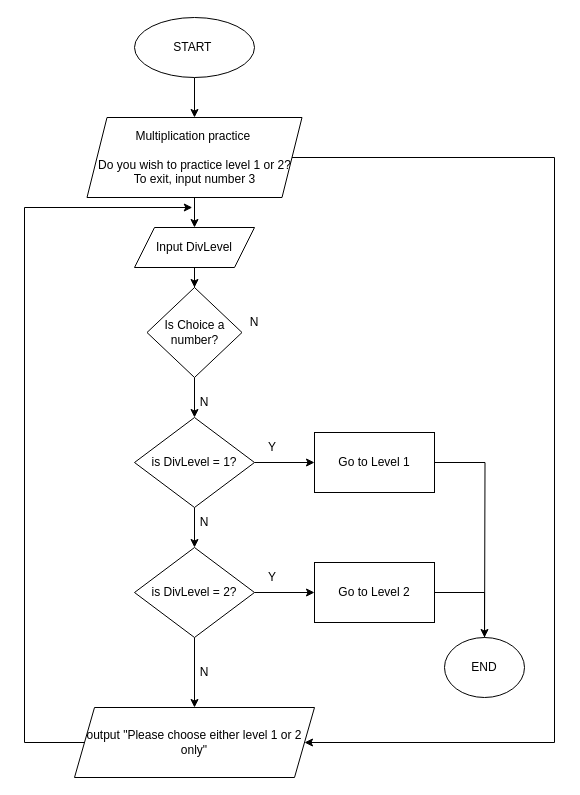
The draw.io diagram 04 Multiplication flowchart.drawio in amaalware/BasicMathsFlowchart, before the edit. Source tidied: cells renumbered, new cells numbered last; positions are measured from the earlier drawing's top-left corner, leaving out a move shared by most shapes. Both pictures are drawn from the tidied source at 100%, with x=0, y=0 at pixel (24, 17).
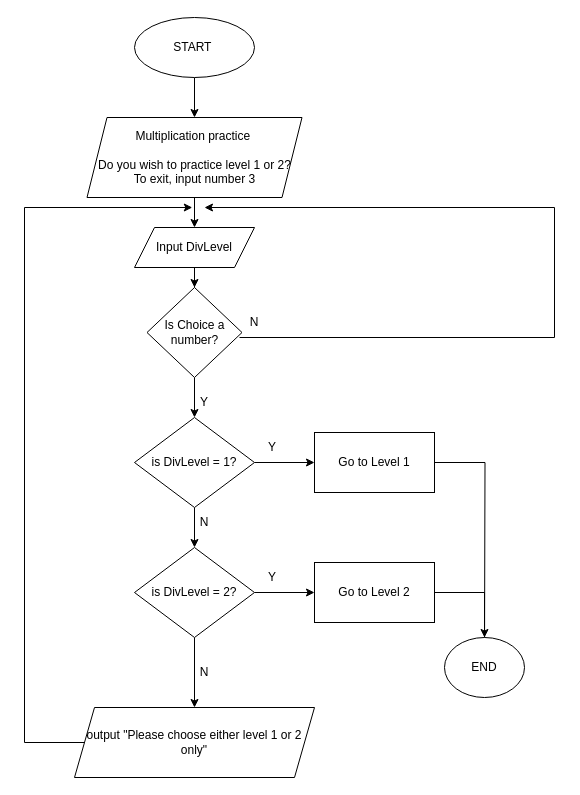
The same diagram, later.

Commit message:
DIVISION FLOWCHART

The change refers to these unchanged cells:
```xml
<mxCell id="6" value="Multiplication practice&amp;nbsp;&lt;br&gt;&lt;br&gt;Do you wish to practice level 1 or 2?&lt;br&gt;To exit, input number 3" style="shape=parallelogram;perimeter=parallelogramPerimeter;whiteSpace=wrap;html=1;fixedSize=1;" parent="1" vertex="1">
  <mxGeometry x="62.5" y="100" width="215" height="80" as="geometry" />
</mxCell>
<mxCell id="18" value="output &quot;Please choose either level 1 or 2 only&quot;" style="shape=parallelogram;perimeter=parallelogramPerimeter;whiteSpace=wrap;html=1;fixedSize=1;" parent="1" vertex="1">
  <mxGeometry x="50" y="690" width="240" height="70" as="geometry" />
</mxCell>
<mxCell id="25" value="N" style="text;html=1;strokeColor=none;fillColor=none;align=center;verticalAlign=middle;whiteSpace=wrap;rounded=0;" parent="1" vertex="1">
  <mxGeometry x="200" y="290" width="60" height="30" as="geometry" />
</mxCell>
```

What changed in the source:
```diff
@@
-    <mxCell id="5" style="edgeStyle=orthogonalEdgeStyle;rounded=0;jettySize=auto;html=1;entryX=1;entryY=0.5;entryDx=0;entryDy=0;" parent="1" edge="1" source="6" target="18">
+    <mxCell id="5" style="edgeStyle=orthogonalEdgeStyle;rounded=0;jettySize=auto;html=1;exitX=0.25;exitY=1;exitDx=0;exitDy=0;" parent="1" edge="1" source="25">
       <mxGeometry relative="1" as="geometry">
+        <mxPoint x="180" y="190" as="targetPoint" />
         <Array as="points">
-          <mxPoint x="530" y="140" />
-          <mxPoint x="530" y="725" />
+          <mxPoint x="530" y="320" />
+          <mxPoint x="530" y="190" />
         </Array>
       </mxGeometry>
     </mxCell>
@@
-    <mxCell id="24" value="N" style="text;html=1;strokeColor=none;fillColor=none;align=center;verticalAlign=middle;whiteSpace=wrap;rounded=0;" parent="1" vertex="1">
+    <mxCell id="24" value="Y" style="text;html=1;strokeColor=none;fillColor=none;align=center;verticalAlign=middle;whiteSpace=wrap;rounded=0;" parent="1" vertex="1">
       <mxGeometry x="150" y="370" width="60" height="30" as="geometry" />
     </mxCell>
```
